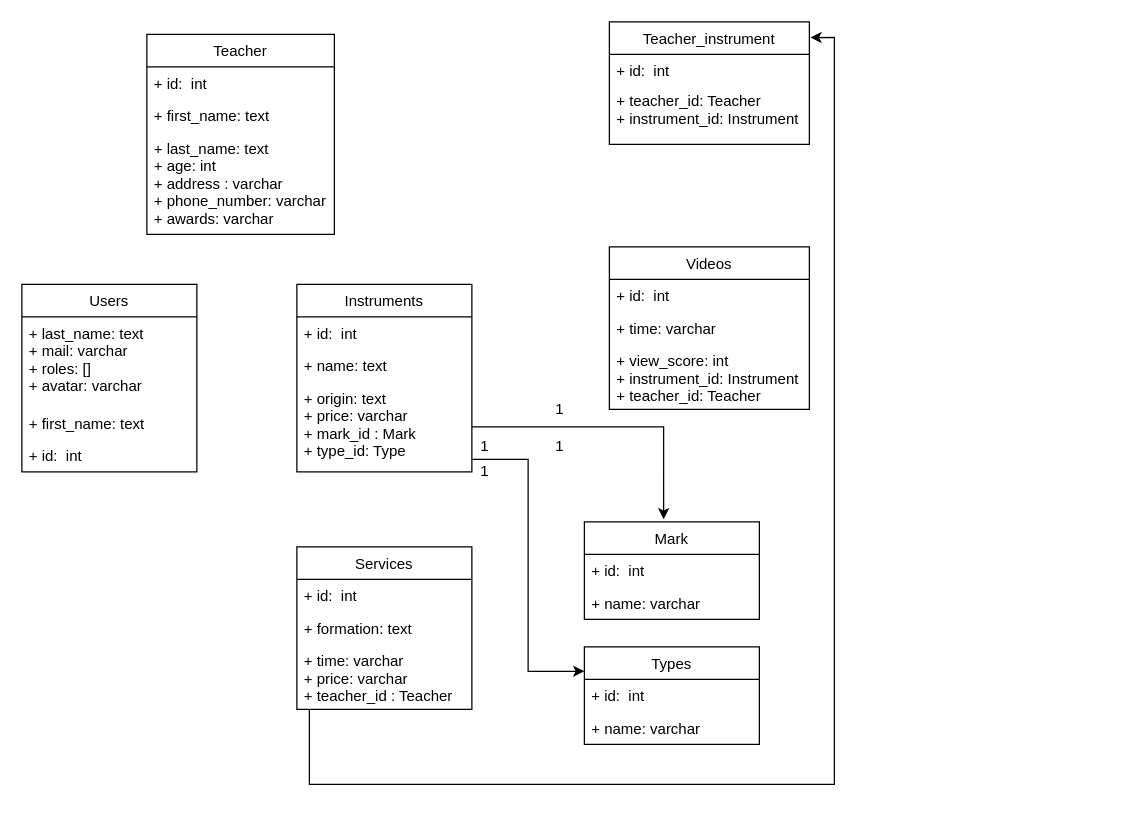
Earlier version of the draw.io diagram datas/Untitled Diagram.drawio (HugoDev12/mymusic). Source tidied: cells renumbered, new cells numbered last; positions are measured from the earlier drawing's top-left corner, leaving out a move shared by most shapes. Both pictures are drawn from the tidied source at 125%, with x=0, y=0 at pixel (21, 21).
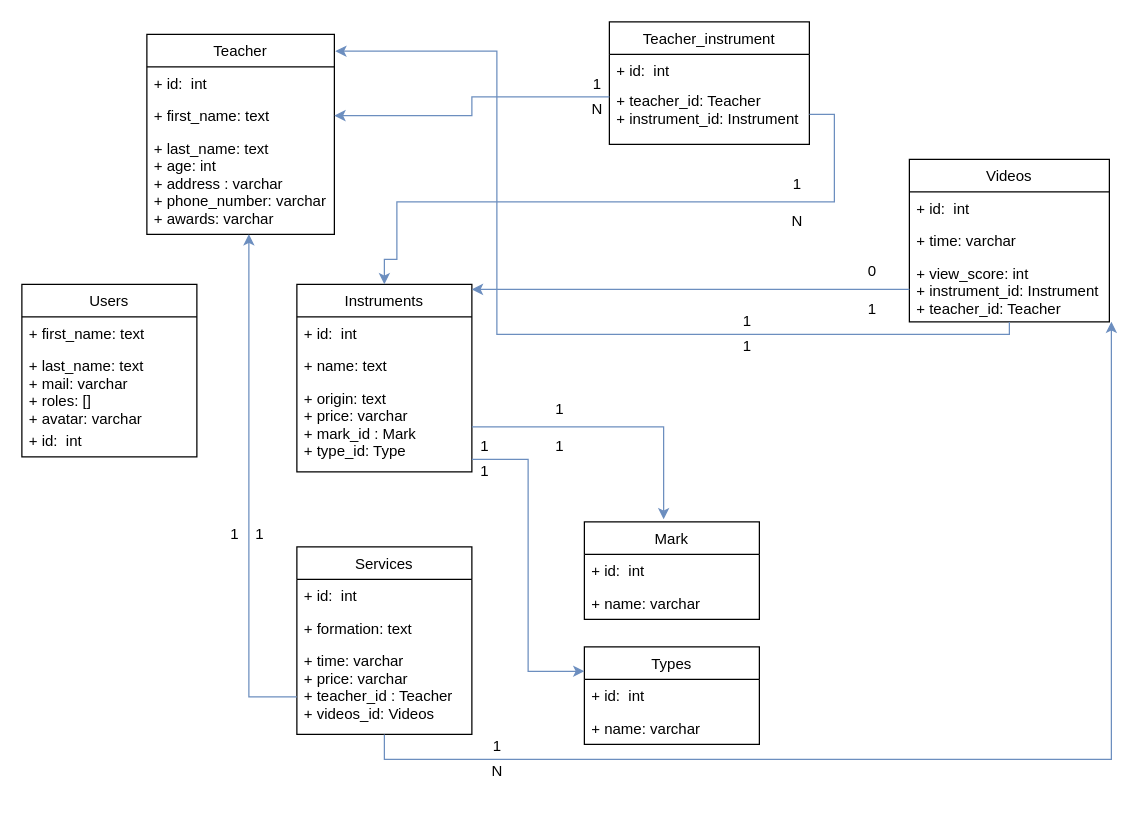
After the change.

The change refers to these unchanged cells:
```xml
<mxCell id="6" value="Instruments" style="swimlane;fontStyle=0;horizontal=1;startSize=26;fillColor=none;" parent="1" vertex="1">
  <mxGeometry x="220" y="210" width="140" height="150" as="geometry" />
</mxCell>
<mxCell id="9" value="+ origin: text&#10;+ price: varchar&#10;+ mark_id : Mark&#10;+ type_id: Type" style="text;strokeColor=none;fillColor=none;align=left;verticalAlign=top;spacingLeft=4;spacingRight=4;overflow=hidden;points=[[0,0.5],[1,0.5]];portConstraint=eastwest;" parent="6" vertex="1">
  <mxGeometry y="78" width="140" height="72" as="geometry" />
</mxCell>
<mxCell id="10" value="Teacher" style="swimlane;fontStyle=0;horizontal=1;startSize=26;fillColor=none;" parent="1" vertex="1">
  <mxGeometry x="100" y="10" width="150" height="160" as="geometry" />
</mxCell>
<mxCell id="12" value="+ first_name: text" style="text;strokeColor=none;fillColor=none;align=left;verticalAlign=top;spacingLeft=4;spacingRight=4;overflow=hidden;points=[[0,0.5],[1,0.5]];portConstraint=eastwest;" parent="10" vertex="1">
  <mxGeometry y="52" width="150" height="26" as="geometry" />
</mxCell>
<mxCell id="13" value="+ last_name: text&#10;+ age: int&#10;+ address : varchar&#10;+ phone_number: varchar&#10;+ awards: varchar" style="text;strokeColor=none;fillColor=none;align=left;verticalAlign=top;spacingLeft=4;spacingRight=4;overflow=hidden;points=[[0,0.5],[1,0.5]];portConstraint=eastwest;" parent="10" vertex="1">
  <mxGeometry y="78" width="150" height="82" as="geometry" />
</mxCell>
<mxCell id="17" value="+ view_score: int&#10;+ instrument_id: Instrument&#10;+ teacher_id: Teacher" style="text;strokeColor=none;fillColor=none;align=left;verticalAlign=top;spacingLeft=4;spacingRight=4;overflow=hidden;points=[[0,0.5],[1,0.5]];portConstraint=eastwest;" parent="14" vertex="1">
  <mxGeometry y="78" width="160" height="52" as="geometry" />
</mxCell>
<mxCell id="18" value="Mark" style="swimlane;fontStyle=0;horizontal=1;startSize=26;fillColor=none;" parent="1" vertex="1">
  <mxGeometry x="450" y="400" width="140" height="78" as="geometry" />
</mxCell>
<mxCell id="21" value="Types" style="swimlane;fontStyle=0;horizontal=1;startSize=26;fillColor=none;" parent="1" vertex="1">
  <mxGeometry x="450" y="500" width="140" height="78" as="geometry" />
</mxCell>
<mxCell id="24" value="Teacher_instrument" style="swimlane;fontStyle=0;horizontal=1;startSize=26;fillColor=none;" parent="1" vertex="1">
  <mxGeometry x="470" width="160" height="98" as="geometry" />
</mxCell>
<mxCell id="26" value="+ teacher_id: Teacher&#10;+ instrument_id: Instrument" style="text;strokeColor=none;fillColor=none;align=left;verticalAlign=top;spacingLeft=4;spacingRight=4;overflow=hidden;points=[[0,0.5],[1,0.5]];portConstraint=eastwest;" parent="24" vertex="1">
  <mxGeometry y="50" width="160" height="48" as="geometry" />
</mxCell>
```

Diff of the diagram source:
```diff
@@
     <mxCell id="2" value="Services" style="swimlane;fontStyle=0;horizontal=1;startSize=26;fillColor=none;" parent="1" vertex="1">
-      <mxGeometry x="220" y="420" width="140" height="130" as="geometry" />
+      <mxGeometry x="220" y="420" width="140" height="150" as="geometry" />
     </mxCell>
@@
-    <mxCell id="5" value="+ time: varchar&#10;+ price: varchar&#10;+ teacher_id : Teacher" style="text;strokeColor=none;fillColor=none;align=left;verticalAlign=top;spacingLeft=4;spacingRight=4;overflow=hidden;points=[[0,0.5],[1,0.5]];portConstraint=eastwest;" parent="2" vertex="1">
-      <mxGeometry y="78" width="140" height="52" as="geometry" />
+    <mxCell id="5" value="+ time: varchar&#10;+ price: varchar&#10;+ teacher_id : Teacher&#10;+ videos_id: Videos" style="text;strokeColor=none;fillColor=none;align=left;verticalAlign=top;spacingLeft=4;spacingRight=4;overflow=hidden;points=[[0,0.5],[1,0.5]];portConstraint=eastwest;" parent="2" vertex="1">
+      <mxGeometry y="78" width="140" height="72" as="geometry" />
     </mxCell>
@@
     <mxCell id="14" value="Videos" style="swimlane;fontStyle=0;horizontal=1;startSize=26;fillColor=none;" parent="1" vertex="1">
-      <mxGeometry x="470" y="180" width="160" height="130" as="geometry" />
+      <mxGeometry x="710" y="110" width="160" height="130" as="geometry" />
     </mxCell>
@@
     <mxCell id="27" value="Users" style="swimlane;fontStyle=0;horizontal=1;startSize=26;fillColor=none;" parent="1" vertex="1">
-      <mxGeometry y="210" width="140" height="150" as="geometry" />
+      <mxGeometry y="210" width="140" height="138" as="geometry" />
     </mxCell>
+    <mxCell id="29" value="+ first_name: text" style="text;strokeColor=none;fillColor=none;align=left;verticalAlign=top;spacingLeft=4;spacingRight=4;overflow=hidden;" parent="27" vertex="1">
+      <mxGeometry y="26" width="140" height="26" as="geometry" />
+    </mxCell>
     <mxCell id="28" value="+ last_name: text&#10;+ mail: varchar&#10;+ roles: []&#10;+ avatar: varchar" style="text;strokeColor=none;fillColor=none;align=left;verticalAlign=top;spacingLeft=4;spacingRight=4;overflow=hidden;" parent="27" vertex="1">
-      <mxGeometry y="26" width="140" height="72" as="geometry" />
+      <mxGeometry y="52" width="140" height="60" as="geometry" />
     </mxCell>
-    <mxCell id="29" value="+ first_name: text" style="text;strokeColor=none;fillColor=none;align=left;verticalAlign=top;spacingLeft=4;spacingRight=4;overflow=hidden;" parent="27" vertex="1">
-      <mxGeometry y="98" width="140" height="26" as="geometry" />
-    </mxCell>
     <mxCell id="30" value="+ id:  int&#10;&#10;" style="text;strokeColor=none;fillColor=none;align=left;verticalAlign=top;spacingLeft=4;spacingRight=4;overflow=hidden;" parent="27" vertex="1">
-      <mxGeometry y="124" width="140" height="26" as="geometry" />
+      <mxGeometry y="112" width="140" height="26" as="geometry" />
     </mxCell>
-    <mxCell id="31" style="edgeStyle=orthogonalEdgeStyle;rounded=0;jettySize=auto;html=1;entryX=0.453;entryY=-0.026;entryDx=0;entryDy=0;entryPerimeter=0;" parent="1" edge="1" source="9" target="18">
+    <mxCell id="31" style="edgeStyle=orthogonalEdgeStyle;rounded=0;jettySize=auto;html=1;entryX=0.453;entryY=-0.026;entryDx=0;entryDy=0;entryPerimeter=0;fillColor=#dae8fc;strokeColor=#6c8ebf;" parent="1" edge="1" source="9" target="18">
       <mxGeometry relative="1" as="geometry" />
     </mxCell>
@@
-    <mxCell id="34" style="edgeStyle=orthogonalEdgeStyle;rounded=0;jettySize=auto;html=1;entryX=0;entryY=0.25;entryDx=0;entryDy=0;" parent="1" edge="1" source="9" target="21">
+    <mxCell id="34" style="edgeStyle=orthogonalEdgeStyle;rounded=0;jettySize=auto;html=1;entryX=0;entryY=0.25;entryDx=0;entryDy=0;fillColor=#dae8fc;strokeColor=#6c8ebf;" parent="1" edge="1" source="9" target="21">
       <mxGeometry relative="1" as="geometry">
         <Array as="points">
           <mxPoint x="405" y="350" />
           <mxPoint x="405" y="520" />
         </Array>
       </mxGeometry>
     </mxCell>
@@
-    <mxCell id="37" style="edgeStyle=orthogonalEdgeStyle;rounded=0;jettySize=auto;html=1;entryX=1.005;entryY=0.128;entryDx=0;entryDy=0;entryPerimeter=0;" parent="1" edge="1" source="5" target="24">
-      <mxGeometry relative="1" as="geometry">
-        <Array as="points">
-          <mxPoint x="230" y="610" />
-          <mxPoint x="650" y="610" />
-          <mxPoint x="650" y="13" />
-        </Array>
-      </mxGeometry>
-    </mxCell>
+    <mxCell id="38" style="edgeStyle=orthogonalEdgeStyle;rounded=0;jettySize=auto;html=1;entryX=1.005;entryY=0.084;entryDx=0;entryDy=0;entryPerimeter=0;fillColor=#dae8fc;strokeColor=#6c8ebf;" parent="1" edge="1" source="17" target="10">
+      <mxGeometry relative="1" as="geometry">
+        <Array as="points">
+          <mxPoint x="380" y="250" />
+          <mxPoint x="380" y="23" />
+        </Array>
+      </mxGeometry>
+    </mxCell>
+    <mxCell id="39" style="edgeStyle=orthogonalEdgeStyle;rounded=0;jettySize=auto;html=1;fillColor=#dae8fc;strokeColor=#6c8ebf;" parent="1" edge="1" source="17">
+      <mxGeometry relative="1" as="geometry">
+        <mxPoint x="360" y="214" as="targetPoint" />
+        <Array as="points">
+          <mxPoint x="360" y="214" />
+        </Array>
+      </mxGeometry>
+    </mxCell>
+    <mxCell id="40" value="0" style="text;html=1;align=center;verticalAlign=middle;strokeColor=none;fillColor=none;" parent="1" vertex="1">
+      <mxGeometry x="670" y="190" width="20" height="20" as="geometry" />
+    </mxCell>
+    <mxCell id="41" value="1" style="text;html=1;align=center;verticalAlign=middle;strokeColor=none;fillColor=none;" parent="1" vertex="1">
+      <mxGeometry x="670" y="220" width="20" height="20" as="geometry" />
+    </mxCell>
+    <mxCell id="42" value="1" style="text;html=1;align=center;verticalAlign=middle;strokeColor=none;fillColor=none;" parent="1" vertex="1">
+      <mxGeometry x="570" y="230" width="20" height="20" as="geometry" />
+    </mxCell>
+    <mxCell id="43" value="1" style="text;html=1;align=center;verticalAlign=middle;strokeColor=none;fillColor=none;" parent="1" vertex="1">
+      <mxGeometry x="570" y="250" width="20" height="20" as="geometry" />
+    </mxCell>
+    <mxCell id="44" style="edgeStyle=orthogonalEdgeStyle;rounded=0;jettySize=auto;html=1;entryX=0.544;entryY=0.998;entryDx=0;entryDy=0;entryPerimeter=0;fillColor=#dae8fc;strokeColor=#6c8ebf;" parent="1" edge="1" source="5" target="13">
+      <mxGeometry relative="1" as="geometry">
+        <Array as="points">
+          <mxPoint x="182" y="540" />
+        </Array>
+      </mxGeometry>
+    </mxCell>
+    <mxCell id="45" value="1" style="text;html=1;align=center;verticalAlign=middle;strokeColor=none;fillColor=none;" parent="1" vertex="1">
+      <mxGeometry x="160" y="400" width="20" height="20" as="geometry" />
+    </mxCell>
+    <mxCell id="46" value="1" style="text;html=1;align=center;verticalAlign=middle;strokeColor=none;fillColor=none;" parent="1" vertex="1">
+      <mxGeometry x="180" y="400" width="20" height="20" as="geometry" />
+    </mxCell>
+    <mxCell id="47" style="edgeStyle=orthogonalEdgeStyle;rounded=0;jettySize=auto;html=1;entryX=1;entryY=0.5;entryDx=0;entryDy=0;fillColor=#dae8fc;strokeColor=#6c8ebf;" parent="1" edge="1" source="26" target="12">
+      <mxGeometry relative="1" as="geometry">
+        <Array as="points">
+          <mxPoint x="360" y="60" />
+          <mxPoint x="360" y="75" />
+        </Array>
+      </mxGeometry>
+    </mxCell>
+    <mxCell id="48" value="1" style="text;html=1;align=center;verticalAlign=middle;strokeColor=none;fillColor=none;" parent="1" vertex="1">
+      <mxGeometry x="450" y="40" width="20" height="20" as="geometry" />
+    </mxCell>
+    <mxCell id="49" value="N" style="text;html=1;align=center;verticalAlign=middle;strokeColor=none;fillColor=none;" parent="1" vertex="1">
+      <mxGeometry x="450" y="60" width="20" height="20" as="geometry" />
+    </mxCell>
+    <mxCell id="50" style="edgeStyle=orthogonalEdgeStyle;rounded=0;jettySize=auto;html=1;fillColor=#dae8fc;strokeColor=#6c8ebf;" parent="1" edge="1" source="26" target="6">
+      <mxGeometry relative="1" as="geometry">
+        <Array as="points">
+          <mxPoint x="650" y="74" />
+          <mxPoint x="650" y="144" />
+          <mxPoint x="300" y="144" />
+          <mxPoint x="300" y="190" />
+          <mxPoint x="290" y="190" />
+        </Array>
+      </mxGeometry>
+    </mxCell>
+    <mxCell id="51" value="1" style="text;html=1;align=center;verticalAlign=middle;strokeColor=none;fillColor=none;" parent="1" vertex="1">
+      <mxGeometry x="610" y="120" width="20" height="20" as="geometry" />
+    </mxCell>
+    <mxCell id="52" value="N" style="text;html=1;align=center;verticalAlign=middle;strokeColor=none;fillColor=none;" parent="1" vertex="1">
+      <mxGeometry x="610" y="150" width="20" height="20" as="geometry" />
+    </mxCell>
+    <mxCell id="53" style="edgeStyle=orthogonalEdgeStyle;rounded=0;jettySize=auto;html=1;entryX=1.01;entryY=0.997;entryDx=0;entryDy=0;entryPerimeter=0;fillColor=#dae8fc;strokeColor=#6c8ebf;" parent="1" edge="1" source="5" target="17">
+      <mxGeometry relative="1" as="geometry">
+        <Array as="points">
+          <mxPoint x="290" y="590" />
+          <mxPoint x="872" y="590" />
+        </Array>
+      </mxGeometry>
+    </mxCell>
+    <mxCell id="54" value="1" style="text;html=1;align=center;verticalAlign=middle;strokeColor=none;fillColor=none;" parent="1" vertex="1">
+      <mxGeometry x="370" y="570" width="20" height="20" as="geometry" />
+    </mxCell>
+    <mxCell id="55" value="N" style="text;html=1;align=center;verticalAlign=middle;strokeColor=none;fillColor=none;" parent="1" vertex="1">
+      <mxGeometry x="370" y="590" width="20" height="20" as="geometry" />
+    </mxCell>
```
